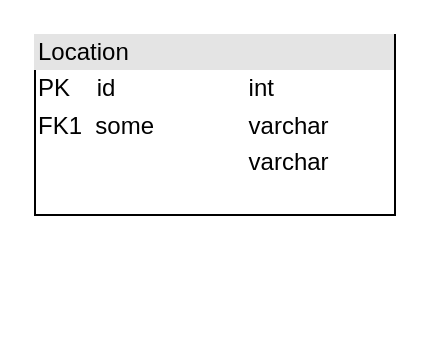
The draw.io diagram next uml db.drawio in arturyumaev/Bachelor-Diploma-Docs, before the edit. Source tidied: cells renumbered, new cells numbered last; positions are measured from the earlier drawing's top-left corner, leaving out a move shared by most shapes. Both pictures are drawn from the tidied source at 200%, with x=0, y=0 at pixel (34, 34).
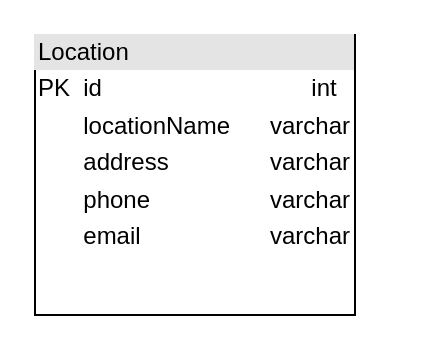
After the change.

What changed in the source:
```diff
@@
 <mxGraphModel>
   <root>
     <mxCell id="0" />
     <mxCell id="1" parent="0" />
-    <mxCell id="2" value="&lt;div style=&quot;box-sizing: border-box ; width: 100% ; background: #e4e4e4 ; padding: 2px&quot;&gt;Location&lt;/div&gt;&lt;table style=&quot;width: 100% ; font-size: 1em&quot; cellpadding=&quot;2&quot; cellspacing=&quot;0&quot;&gt;&lt;tbody&gt;&lt;tr&gt;&lt;td&gt;PK&amp;nbsp; &amp;nbsp; id&lt;/td&gt;&lt;td&gt;int&lt;/td&gt;&lt;/tr&gt;&lt;tr&gt;&lt;td&gt;FK1&amp;nbsp; some&lt;/td&gt;&lt;td&gt;varchar&lt;/td&gt;&lt;/tr&gt;&lt;tr&gt;&lt;td&gt;&lt;/td&gt;&lt;td&gt;varchar&lt;/td&gt;&lt;/tr&gt;&lt;/tbody&gt;&lt;/table&gt;" style="verticalAlign=top;align=left;overflow=fill;html=1;" parent="1" vertex="1">
-      <mxGeometry width="180" height="90" as="geometry" />
+    <mxCell id="2" value="&lt;div style=&quot;box-sizing: border-box ; width: 100% ; background: #e4e4e4 ; padding: 2px&quot;&gt;Location&lt;/div&gt;&lt;table style=&quot;width: 100% ; font-size: 1em&quot; cellpadding=&quot;2&quot; cellspacing=&quot;0&quot;&gt;&lt;tbody&gt;&lt;tr&gt;&lt;td&gt;PK&lt;br&gt;&lt;/td&gt;&lt;td&gt;id&lt;/td&gt;&lt;td style=&quot;text-align: right&quot;&gt;int&amp;nbsp;&amp;nbsp;&lt;/td&gt;&lt;/tr&gt;&lt;tr&gt;&lt;td&gt;&lt;br&gt;&lt;/td&gt;&lt;td&gt;locationName&lt;/td&gt;&lt;td style=&quot;text-align: right&quot;&gt;varchar&lt;/td&gt;&lt;/tr&gt;&lt;tr&gt;&lt;td&gt;&lt;br&gt;&lt;/td&gt;&lt;td&gt;address&lt;/td&gt;&lt;td style=&quot;text-align: right&quot;&gt;varchar&lt;br&gt;&lt;/td&gt;&lt;/tr&gt;&lt;tr&gt;&lt;td&gt;&lt;br&gt;&lt;/td&gt;&lt;td&gt;phone&lt;/td&gt;&lt;td style=&quot;text-align: right&quot;&gt;varchar&lt;/td&gt;&lt;/tr&gt;&lt;tr&gt;&lt;td&gt;&lt;br&gt;&lt;/td&gt;&lt;td&gt;email&lt;/td&gt;&lt;td style=&quot;text-align: right&quot;&gt;varchar&lt;/td&gt;&lt;/tr&gt;&lt;/tbody&gt;&lt;/table&gt;" style="verticalAlign=top;align=left;overflow=fill;html=1;" parent="1" vertex="1">
+      <mxGeometry width="160" height="140" as="geometry" />
     </mxCell>
   </root>
 </mxGraphModel>
```
